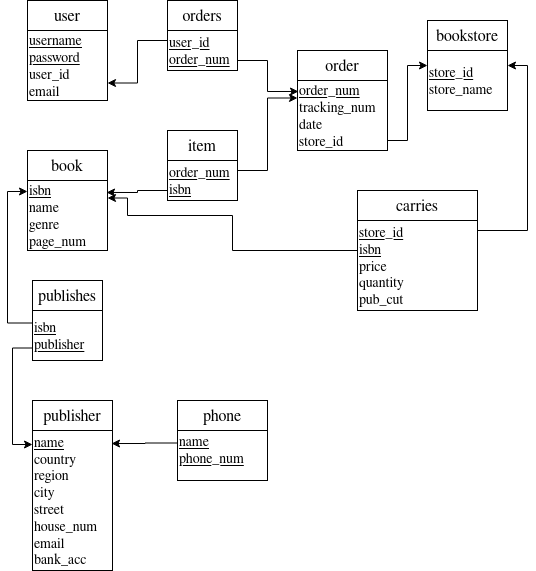
The draw.io diagram Report/images/SchemaDiagram.png in AdamPayzant/COMP3005_Project, before a commit. Source tidied: cells renumbered, new cells last; positions are measured from the earlier drawing's top-left corner, leaving out a move shared by most shapes.
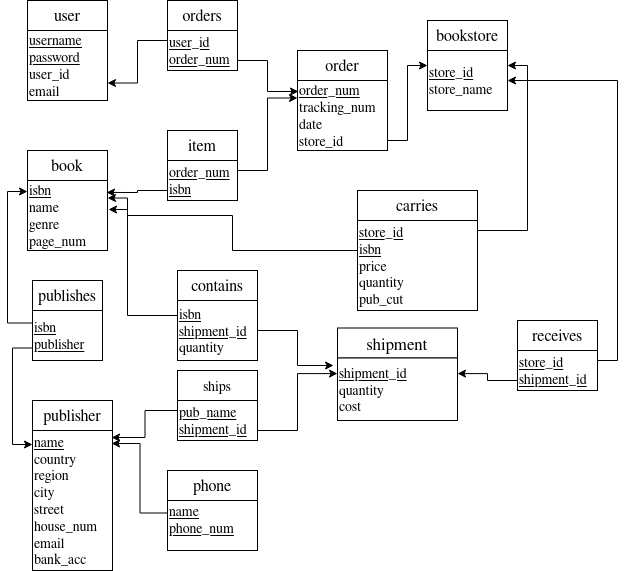
After the change.

Commit message:
Finished ER, Relations, and Diagram in Report

Change to the diagram source:
```diff
@@ -72,13 +72,13 @@
       <mxGeometry x="5" y="430" width="80" height="140" as="geometry" />
     </mxCell>
     <mxCell id="23" value="&lt;font style=&quot;font-size: 16px&quot;&gt;phone&lt;br&gt;&lt;/font&gt;" style="rounded=0;whiteSpace=wrap;html=1;" parent="1" vertex="1">
-      <mxGeometry x="150" y="400" width="90" height="30" as="geometry" />
+      <mxGeometry x="140" y="470" width="90" height="30" as="geometry" />
     </mxCell>
     <mxCell id="24" style="edgeStyle=orthogonalEdgeStyle;rounded=0;jettySize=auto;html=1;exitX=0;exitY=0.25;exitDx=0;exitDy=0;entryX=0.988;entryY=0.093;entryDx=0;entryDy=0;entryPerimeter=0;startArrow=none;startFill=0;" parent="1" edge="1" source="25" target="22">
       <mxGeometry relative="1" as="geometry" />
     </mxCell>
     <mxCell id="25" value="&lt;div style=&quot;font-size: 14px&quot; align=&quot;left&quot;&gt;&lt;font style=&quot;font-size: 14px&quot;&gt;&lt;br&gt;&lt;/font&gt;&lt;/div&gt;&lt;div style=&quot;font-size: 14px&quot; align=&quot;left&quot;&gt;&lt;font style=&quot;font-size: 14px&quot;&gt;&lt;u&gt;name&lt;/u&gt;&lt;/font&gt;&lt;/div&gt;&lt;div style=&quot;font-size: 14px&quot; align=&quot;left&quot;&gt;&lt;font style=&quot;font-size: 14px&quot;&gt;&lt;u&gt;phone_num&lt;/u&gt;&lt;br&gt;&lt;/font&gt;&lt;/div&gt;&lt;div&gt;&lt;br&gt;&lt;/div&gt;&lt;div&gt;&lt;br&gt;&lt;/div&gt;" style="rounded=0;whiteSpace=wrap;html=1;align=left;" parent="1" vertex="1">
-      <mxGeometry x="150" y="430" width="90" height="50" as="geometry" />
+      <mxGeometry x="140" y="500" width="90" height="50" as="geometry" />
     </mxCell>
     <mxCell id="26" value="&lt;font style=&quot;font-size: 16px&quot;&gt;bookstore&lt;/font&gt;" style="rounded=0;whiteSpace=wrap;html=1;" parent="1" vertex="1">
       <mxGeometry x="400" y="20" width="80" height="30" as="geometry" />
@@ -112,5 +112,52 @@
     <mxCell id="31" value="&lt;div style=&quot;font-size: 14px&quot; align=&quot;left&quot;&gt;&lt;font style=&quot;font-size: 14px&quot;&gt;&lt;u&gt;store_id&lt;/u&gt;&lt;/font&gt;&lt;/div&gt;&lt;div style=&quot;font-size: 14px&quot; align=&quot;left&quot;&gt;&lt;font style=&quot;font-size: 14px&quot;&gt;&lt;u&gt;isbn&lt;br&gt;&lt;/u&gt;&lt;/font&gt;&lt;/div&gt;&lt;div style=&quot;font-size: 14px&quot; align=&quot;left&quot;&gt;&lt;font style=&quot;font-size: 14px&quot;&gt;price&lt;/font&gt;&lt;/div&gt;&lt;div style=&quot;font-size: 14px&quot; align=&quot;left&quot;&gt;&lt;font style=&quot;font-size: 14px&quot;&gt;quantity&lt;/font&gt;&lt;/div&gt;&lt;div style=&quot;font-size: 14px&quot; align=&quot;left&quot;&gt;&lt;font style=&quot;font-size: 14px&quot;&gt;pub_cut&lt;br&gt;&lt;/font&gt;&lt;/div&gt;" style="rounded=0;whiteSpace=wrap;html=1;align=left;" parent="1" vertex="1">
       <mxGeometry x="330" y="220" width="120" height="90" as="geometry" />
     </mxCell>
+    <mxCell id="32" value="&lt;font style=&quot;font-size: 17px&quot;&gt;shipment&lt;br&gt;&lt;/font&gt;" style="rounded=0;whiteSpace=wrap;html=1;" parent="1" vertex="1">
+      <mxGeometry x="310" y="327.5" width="120" height="30" as="geometry" />
+    </mxCell>
+    <mxCell id="33" value="&lt;font style=&quot;font-size: 14px&quot;&gt;&lt;u&gt;shipment_id&lt;br&gt;&lt;/u&gt;&lt;/font&gt;&lt;div style=&quot;font-size: 14px&quot;&gt;&lt;font style=&quot;font-size: 14px&quot;&gt;quantity&lt;br&gt;&lt;/font&gt;&lt;/div&gt;&lt;div style=&quot;font-size: 14px&quot;&gt;&lt;font style=&quot;font-size: 14px&quot;&gt;cost&lt;/font&gt;&lt;/div&gt;" style="rounded=0;whiteSpace=wrap;html=1;align=left;" parent="1" vertex="1">
+      <mxGeometry x="310" y="357.5" width="120" height="62.5" as="geometry" />
+    </mxCell>
+    <mxCell id="34" value="&lt;font style=&quot;font-size: 14px&quot;&gt;ships&lt;br&gt;&lt;/font&gt;" style="rounded=0;whiteSpace=wrap;html=1;" parent="1" vertex="1">
+      <mxGeometry x="150" y="370" width="80" height="30" as="geometry" />
+    </mxCell>
+    <mxCell id="35" style="edgeStyle=orthogonalEdgeStyle;rounded=0;jettySize=auto;html=1;exitX=1;exitY=0.75;exitDx=0;exitDy=0;entryX=0;entryY=0.25;entryDx=0;entryDy=0;endArrow=classic;endFill=1;" parent="1" edge="1" source="37" target="33">
+      <mxGeometry relative="1" as="geometry" />
+    </mxCell>
+    <mxCell id="36" style="edgeStyle=orthogonalEdgeStyle;rounded=0;jettySize=auto;html=1;exitX=0;exitY=0.25;exitDx=0;exitDy=0;entryX=0.988;entryY=0.05;entryDx=0;entryDy=0;entryPerimeter=0;endArrow=classic;endFill=1;" parent="1" edge="1" source="37" target="22">
+      <mxGeometry relative="1" as="geometry" />
+    </mxCell>
+    <mxCell id="37" value="&lt;div style=&quot;font-size: 14px&quot;&gt;&lt;font style=&quot;font-size: 14px&quot;&gt;&lt;u&gt;pub_name&lt;/u&gt;&lt;/font&gt;&lt;/div&gt;&lt;div style=&quot;font-size: 14px&quot;&gt;&lt;font style=&quot;font-size: 14px&quot;&gt;&lt;u&gt;shipment_id&lt;br&gt;&lt;/u&gt;&lt;/font&gt;&lt;/div&gt;" style="rounded=0;whiteSpace=wrap;html=1;align=left;" parent="1" vertex="1">
+      <mxGeometry x="150" y="400" width="80" height="40" as="geometry" />
+    </mxCell>
+    <mxCell id="38" value="&lt;font style=&quot;font-size: 16px&quot;&gt;contains&lt;br&gt;&lt;/font&gt;" style="rounded=0;whiteSpace=wrap;html=1;" parent="1" vertex="1">
+      <mxGeometry x="150" y="270" width="80" height="30" as="geometry" />
+    </mxCell>
+    <mxCell id="39" style="edgeStyle=orthogonalEdgeStyle;rounded=0;jettySize=auto;html=1;exitX=1;exitY=0.5;exitDx=0;exitDy=0;entryX=-0.033;entryY=0.12;entryDx=0;entryDy=0;entryPerimeter=0;endArrow=classic;endFill=1;" parent="1" edge="1" source="41" target="33">
+      <mxGeometry relative="1" as="geometry" />
+    </mxCell>
+    <mxCell id="40" style="edgeStyle=orthogonalEdgeStyle;rounded=0;jettySize=auto;html=1;exitX=0;exitY=0.25;exitDx=0;exitDy=0;entryX=1.013;entryY=0.414;entryDx=0;entryDy=0;entryPerimeter=0;endArrow=classic;endFill=1;" parent="1" edge="1" source="41" target="3">
+      <mxGeometry relative="1" as="geometry">
+        <Array as="points">
+          <mxPoint x="100" y="315" />
+          <mxPoint x="100" y="209" />
+        </Array>
+      </mxGeometry>
+    </mxCell>
+    <mxCell id="41" value="&lt;font style=&quot;font-size: 14px&quot;&gt;&lt;u&gt;isbn&lt;br&gt;&lt;/u&gt;&lt;/font&gt;&lt;div style=&quot;font-size: 14px&quot;&gt;&lt;font style=&quot;font-size: 14px&quot;&gt;&lt;u&gt;shipment_id&lt;br&gt;&lt;/u&gt;&lt;/font&gt;&lt;/div&gt;&lt;div style=&quot;font-size: 14px&quot;&gt;&lt;font style=&quot;font-size: 14px&quot;&gt;quantity&lt;br&gt;&lt;/font&gt;&lt;/div&gt;" style="rounded=0;whiteSpace=wrap;html=1;align=left;" parent="1" vertex="1">
+      <mxGeometry x="150" y="300" width="80" height="60" as="geometry" />
+    </mxCell>
+    <mxCell id="42" value="&lt;font style=&quot;font-size: 16px&quot;&gt;receives&lt;br&gt;&lt;/font&gt;" style="rounded=0;whiteSpace=wrap;html=1;" parent="1" vertex="1">
+      <mxGeometry x="490" y="320" width="80" height="30" as="geometry" />
+    </mxCell>
+    <mxCell id="43" style="edgeStyle=orthogonalEdgeStyle;rounded=0;jettySize=auto;html=1;exitX=1;exitY=0.25;exitDx=0;exitDy=0;entryX=1;entryY=0.5;entryDx=0;entryDy=0;endArrow=classic;endFill=1;" parent="1" edge="1" source="45" target="27">
+      <mxGeometry relative="1" as="geometry" />
+    </mxCell>
+    <mxCell id="44" style="edgeStyle=orthogonalEdgeStyle;rounded=0;jettySize=auto;html=1;exitX=0;exitY=0.75;exitDx=0;exitDy=0;entryX=1;entryY=0.25;entryDx=0;entryDy=0;endArrow=classic;endFill=1;" parent="1" edge="1" source="45" target="33">
+      <mxGeometry relative="1" as="geometry" />
+    </mxCell>
+    <mxCell id="45" value="&lt;div style=&quot;font-size: 14px&quot;&gt;&lt;font style=&quot;font-size: 14px&quot;&gt;&lt;u&gt;store_id&lt;br&gt;&lt;/u&gt;&lt;/font&gt;&lt;/div&gt;&lt;div style=&quot;font-size: 14px&quot;&gt;&lt;font style=&quot;font-size: 14px&quot;&gt;&lt;u&gt;shipment_id&lt;br&gt;&lt;/u&gt;&lt;/font&gt;&lt;/div&gt;" style="rounded=0;whiteSpace=wrap;html=1;align=left;" parent="1" vertex="1">
+      <mxGeometry x="490" y="350" width="80" height="40" as="geometry" />
+    </mxCell>
   </root>
 </mxGraphModel>
```
